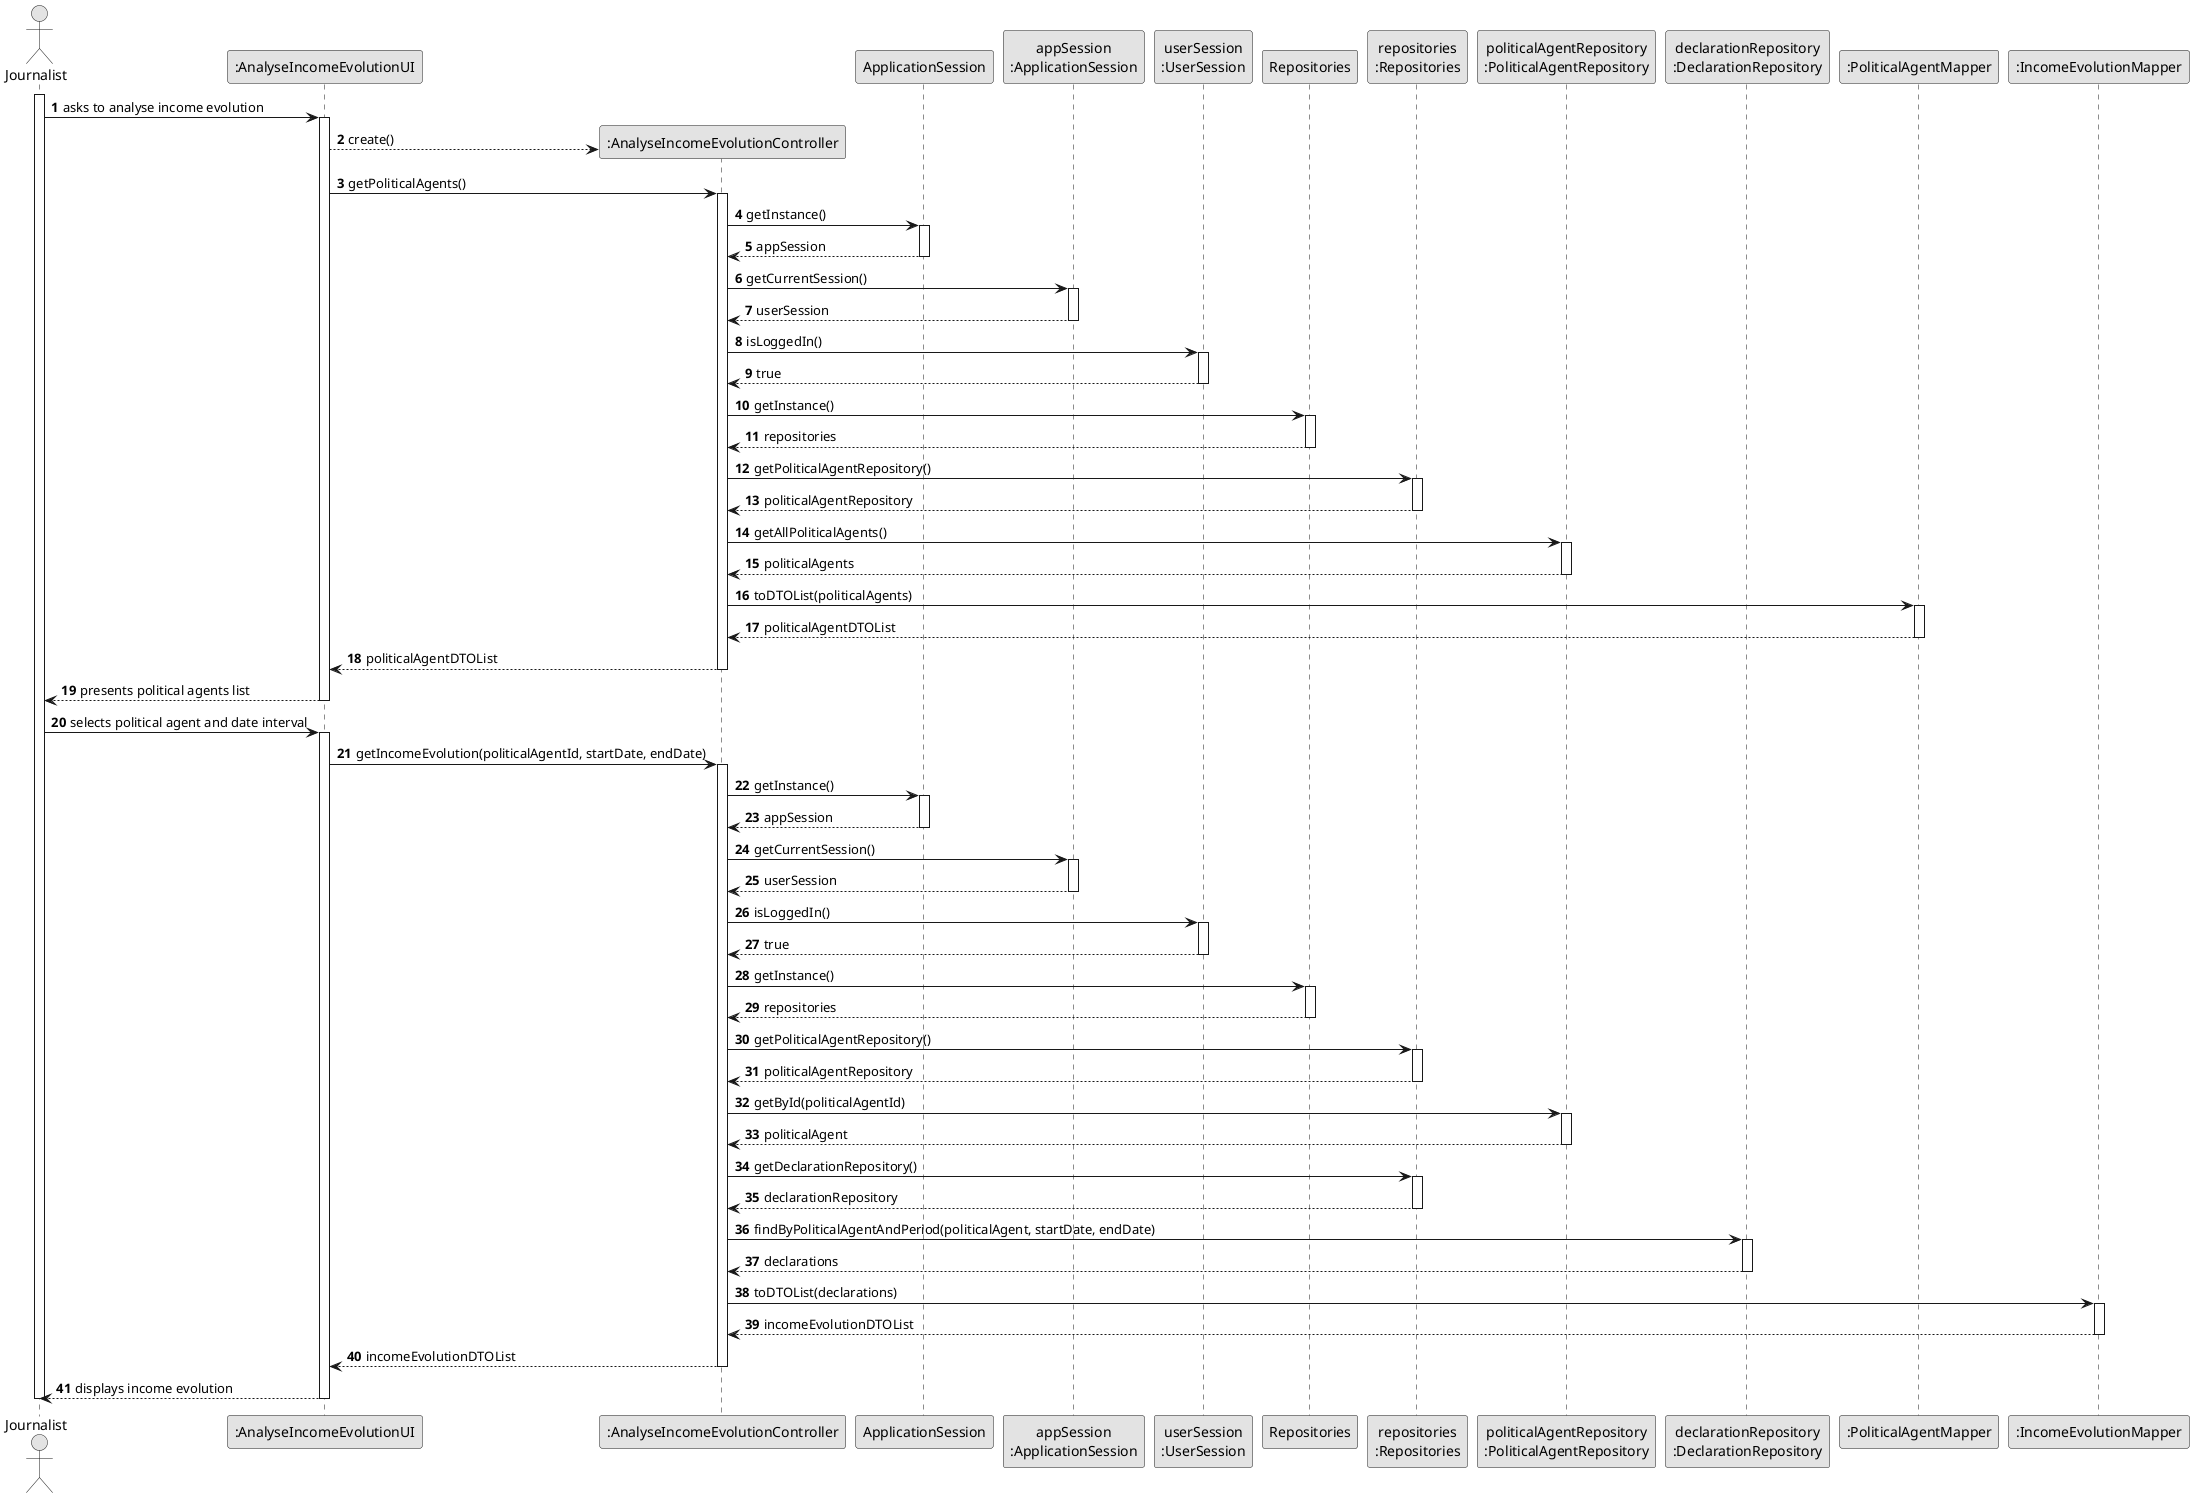
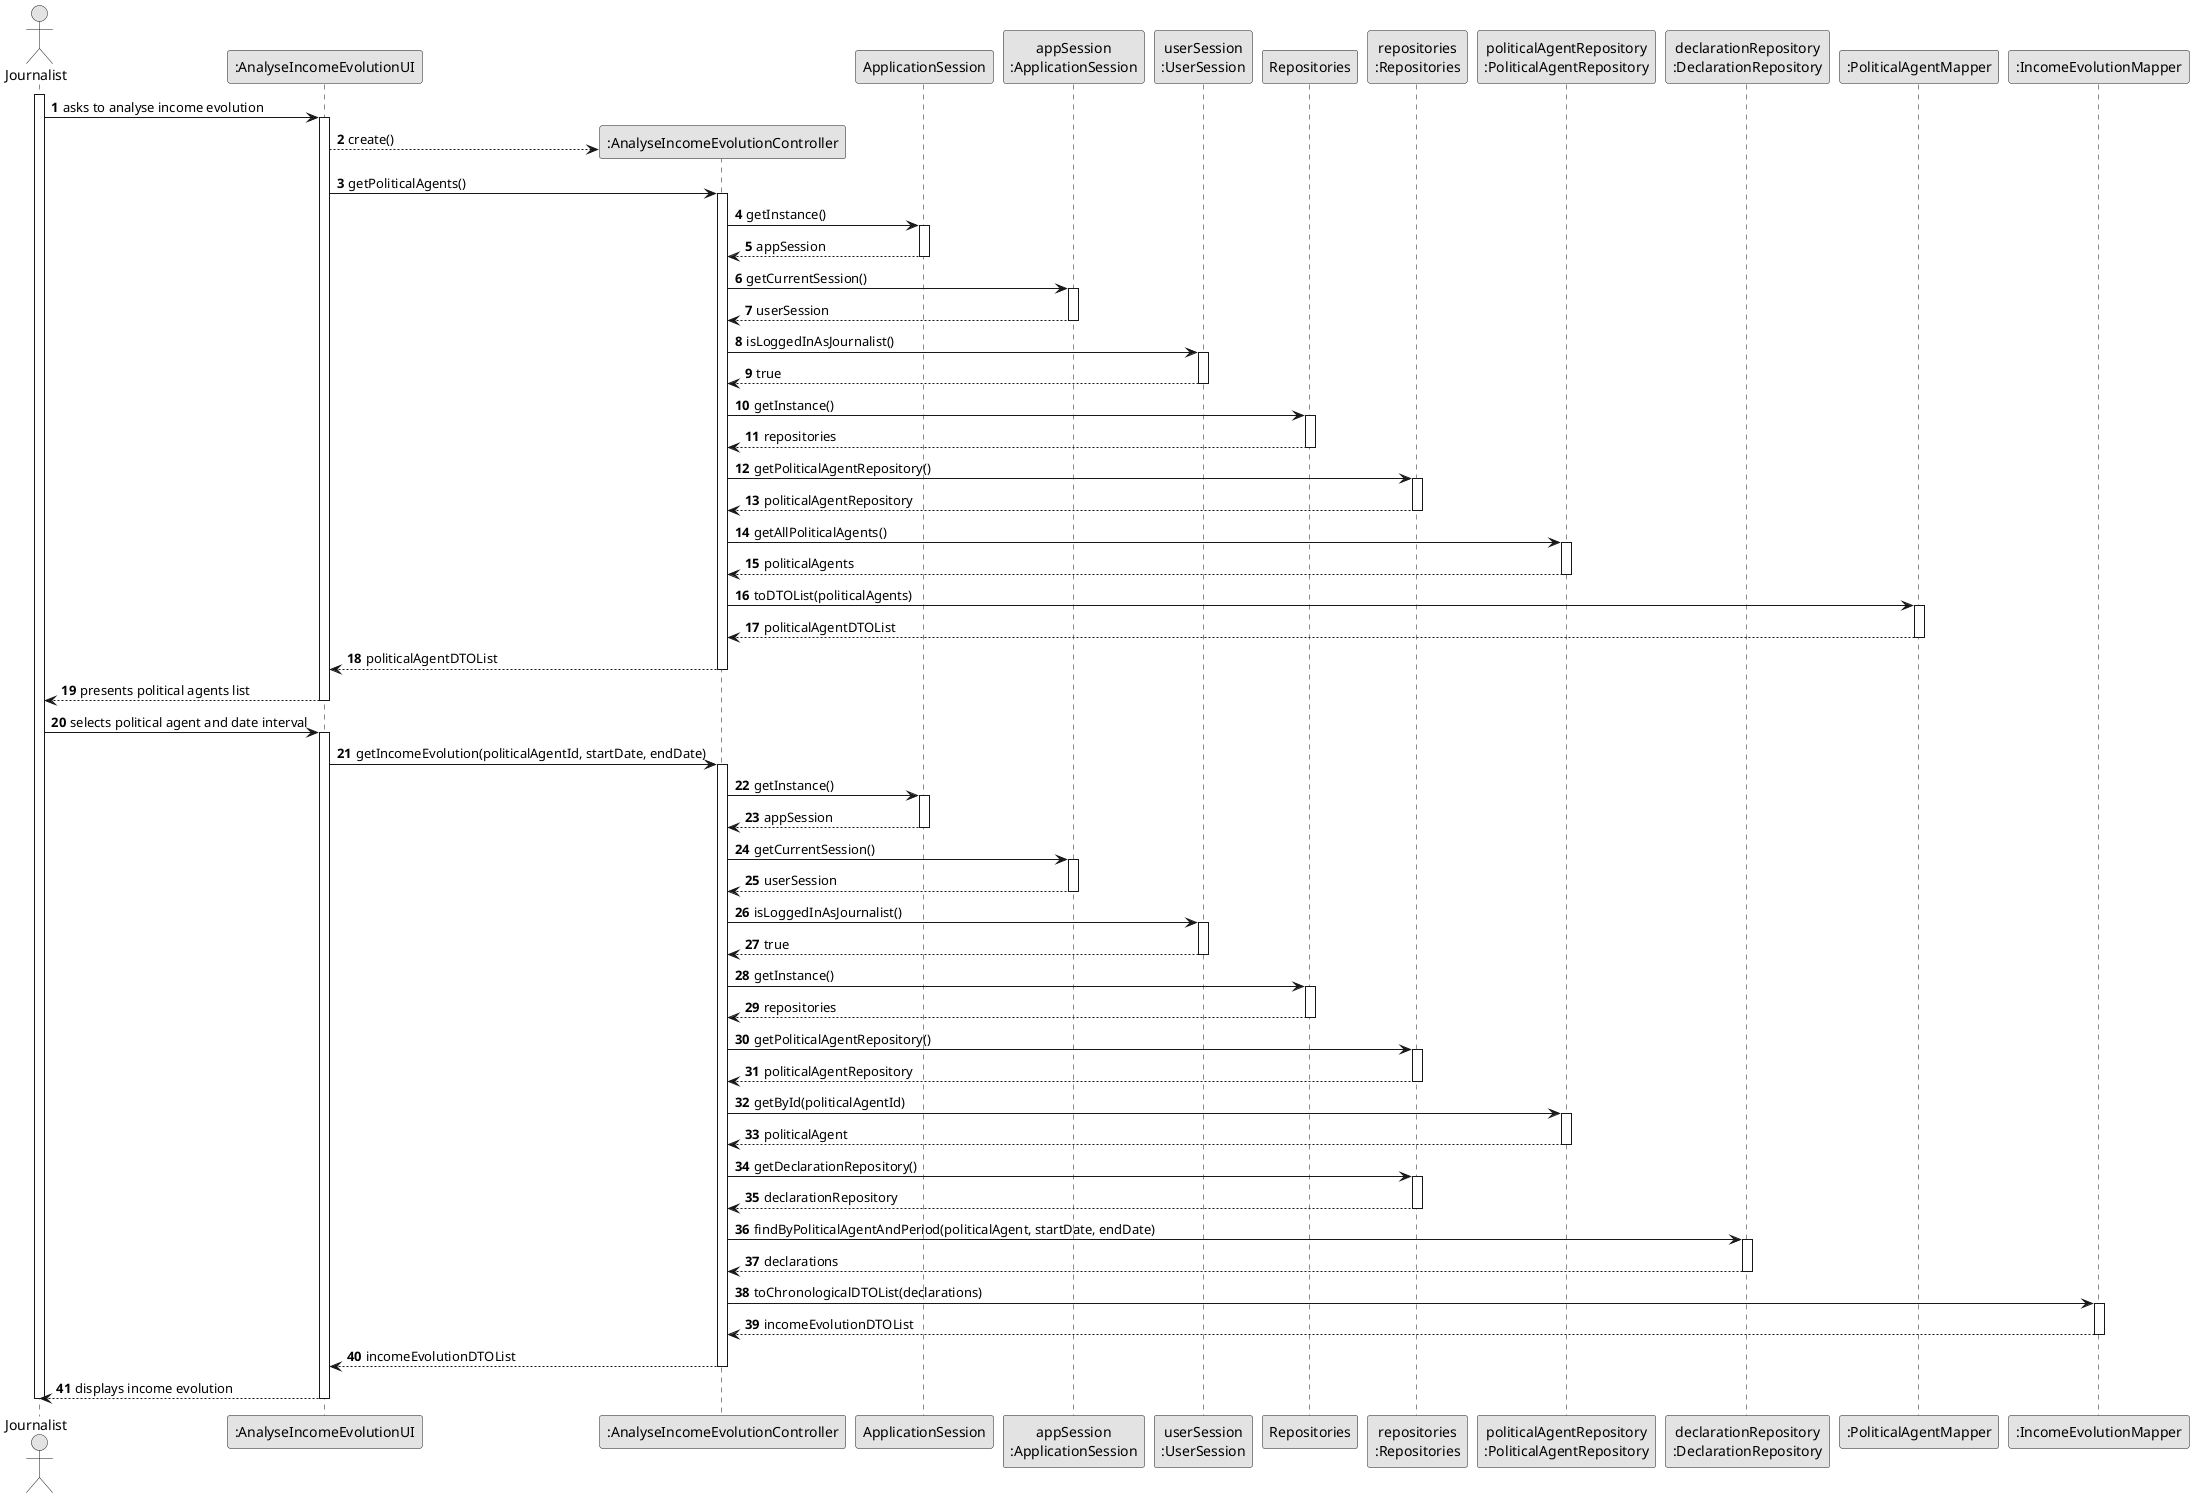
@startuml US010-SD-full
skinparam monochrome true
skinparam packageStyle rectangle
skinparam shadowing false

autonumber

actor "Journalist" as JOURNALIST

participant ":AnalyseIncomeEvolutionUI" as UI
participant ":AnalyseIncomeEvolutionController" as CTRL
participant "ApplicationSession" as APP_SESSION
participant "appSession\n:ApplicationSession" as APP
participant "userSession\n:UserSession" as SESSION
participant "Repositories" as REPOS
participant "repositories\n:Repositories" as REPOS_SINGLETON
participant "politicalAgentRepository\n:PoliticalAgentRepository" as PA_REPO
participant "declarationRepository\n:DeclarationRepository" as DECL_REPO
participant ":PoliticalAgentMapper" as PA_MAPPER
participant ":IncomeEvolutionMapper" as INC_MAPPER

activate JOURNALIST

    JOURNALIST -> UI : asks to analyse income evolution
    activate UI
        UI --> CTRL** : create()

        UI -> CTRL : getPoliticalAgents()
        activate CTRL

            CTRL -> APP_SESSION : getInstance()
            activate APP_SESSION
                APP_SESSION --> CTRL : appSession
            deactivate APP_SESSION

            CTRL -> APP : getCurrentSession()
            activate APP
                APP --> CTRL : userSession
            deactivate APP

-             CTRL -> SESSION : isLoggedIn()
+             CTRL -> SESSION : isLoggedInAsJournalist()
            activate SESSION
                SESSION --> CTRL : true
            deactivate SESSION

            CTRL -> REPOS : getInstance()
            activate REPOS
                REPOS --> CTRL : repositories
            deactivate REPOS

            CTRL -> REPOS_SINGLETON : getPoliticalAgentRepository()
            activate REPOS_SINGLETON
                REPOS_SINGLETON --> CTRL : politicalAgentRepository
            deactivate REPOS_SINGLETON

            CTRL -> PA_REPO : getAllPoliticalAgents()
            activate PA_REPO
                PA_REPO --> CTRL : politicalAgents
            deactivate PA_REPO

            CTRL -> PA_MAPPER : toDTOList(politicalAgents)
            activate PA_MAPPER
                PA_MAPPER --> CTRL : politicalAgentDTOList
            deactivate PA_MAPPER

            CTRL --> UI : politicalAgentDTOList
        deactivate CTRL

        UI --> JOURNALIST : presents political agents list
    deactivate UI

    JOURNALIST -> UI : selects political agent and date interval
    activate UI
        UI -> CTRL : getIncomeEvolution(politicalAgentId, startDate, endDate)
        activate CTRL

            CTRL -> APP_SESSION : getInstance()
            activate APP_SESSION
                APP_SESSION --> CTRL : appSession
            deactivate APP_SESSION

            CTRL -> APP : getCurrentSession()
            activate APP
                APP --> CTRL : userSession
            deactivate APP

-             CTRL -> SESSION : isLoggedIn()
+             CTRL -> SESSION : isLoggedInAsJournalist()
            activate SESSION
                SESSION --> CTRL : true
            deactivate SESSION

            CTRL -> REPOS : getInstance()
            activate REPOS
                REPOS --> CTRL : repositories
            deactivate REPOS

            CTRL -> REPOS_SINGLETON : getPoliticalAgentRepository()
            activate REPOS_SINGLETON
                REPOS_SINGLETON --> CTRL : politicalAgentRepository
            deactivate REPOS_SINGLETON

            CTRL -> PA_REPO : getById(politicalAgentId)
            activate PA_REPO
                PA_REPO --> CTRL : politicalAgent
            deactivate PA_REPO

            CTRL -> REPOS_SINGLETON : getDeclarationRepository()
            activate REPOS_SINGLETON
                REPOS_SINGLETON --> CTRL : declarationRepository
            deactivate REPOS_SINGLETON

            CTRL -> DECL_REPO : findByPoliticalAgentAndPeriod(politicalAgent, startDate, endDate)
            activate DECL_REPO
                DECL_REPO --> CTRL : declarations
            deactivate DECL_REPO

-             CTRL -> INC_MAPPER : toDTOList(declarations)
+             CTRL -> INC_MAPPER : toChronologicalDTOList(declarations)
            activate INC_MAPPER
                INC_MAPPER --> CTRL : incomeEvolutionDTOList
            deactivate INC_MAPPER

            CTRL --> UI : incomeEvolutionDTOList
        deactivate CTRL

        UI --> JOURNALIST : displays income evolution
    deactivate UI

deactivate JOURNALIST

@enduml